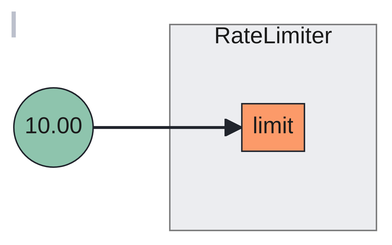
fluxninja/aperture keeps this Mermaid diagram as docs/content/tutorials/flow-control/classification/assets/graphql-rate-limiting/graphql-rate-limiting-jwt.mmd.png. Above is the earlier version. Its source is kept beside it as docs/content/tutorials/flow-control/classification/assets/graphql-rate-limiting/graphql-rate-limiting-jwt.mmd.
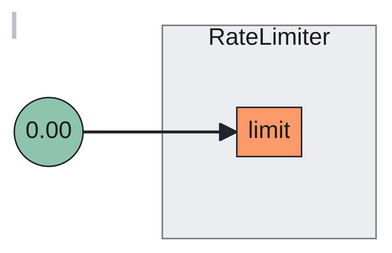
Later version of the same file.

Diff of the diagram source:
```diff
@@ -5,5 +5,5 @@
 0limit[limit]
 end
 end
-FakeConstant0((10.00))
+FakeConstant0((0.00))
 FakeConstant0 --> 0limit
```
